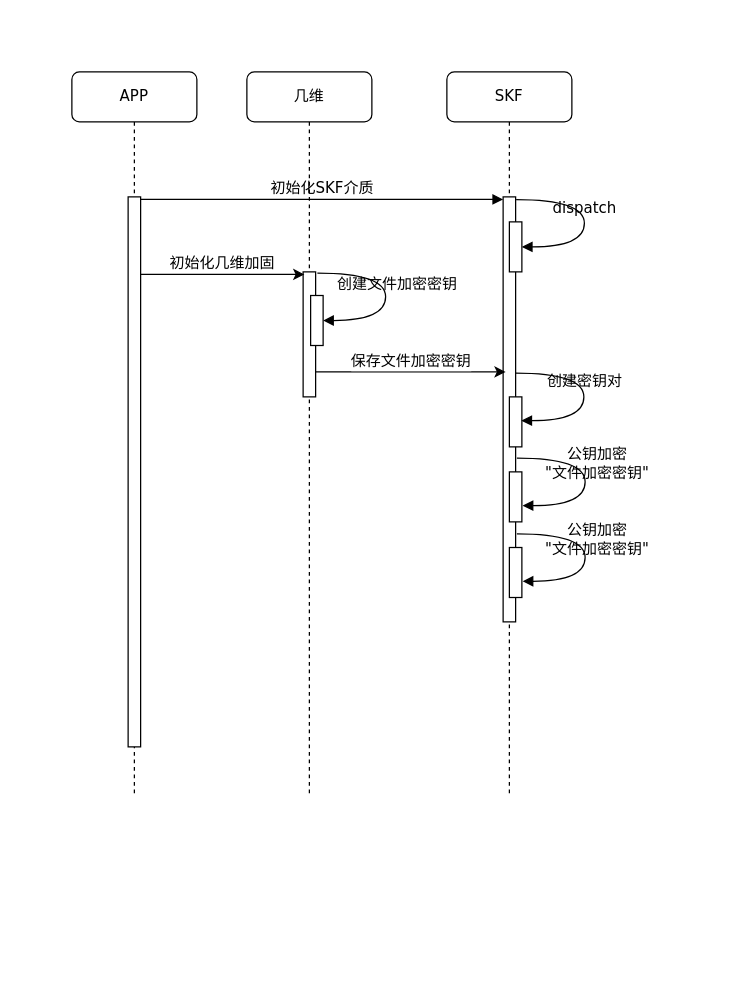
Before: 密钥保护流程.drawio in mobof/Koal, a draw.io diagram. Source tidied: cells renumbered, new cells numbered last; positions are measured from the earlier drawing's top-left corner, leaving out a move shared by most shapes. Both pictures are drawn from the tidied source at 125%, with x=0, y=0 at pixel (71, 71).
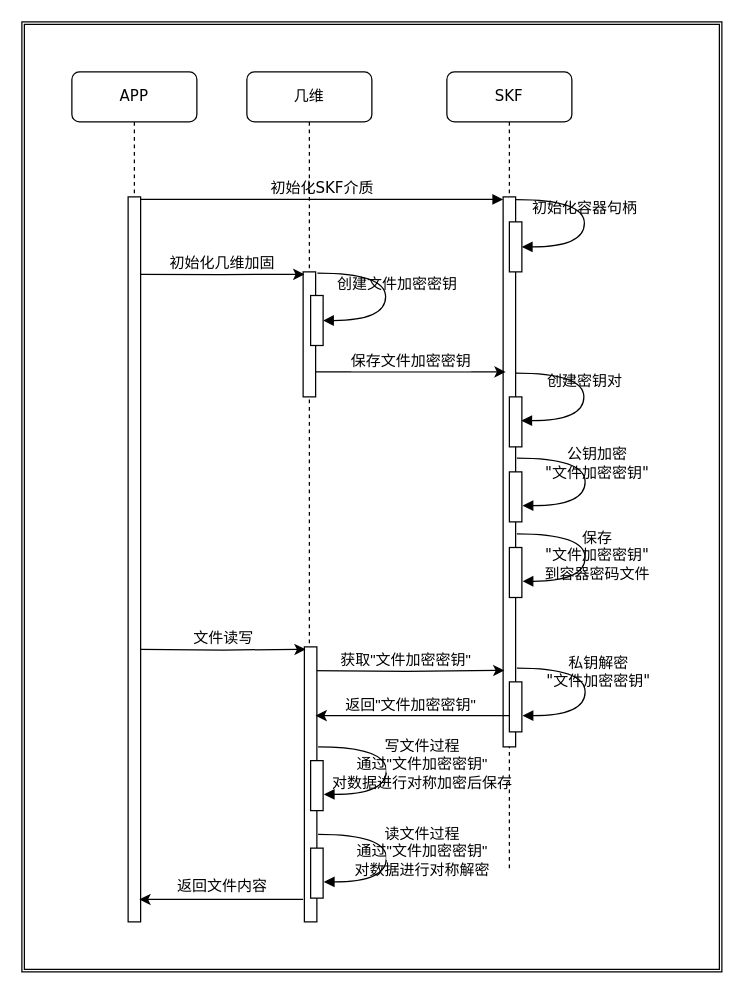
The same diagram, later.

Commit message (it also covers changes not shown here):
Update 密钥保护流程.drawio

Unchanged cells that the change refers to:
```xml
<mxCell id="12" style="html=1;points=[];perimeter=orthogonalPerimeter;rounded=0;shadow=0;comic=0;labelBackgroundColor=none;strokeWidth=1;fontFamily=Verdana;fontSize=12;align=center;" parent="1" vertex="1">
  <mxGeometry x="185" y="160" width="10" height="100" as="geometry" />
</mxCell>
```

The edit, as a diff of the source:
```diff
@@
+    <mxCell id="23" style="shape=ext;double=1;rounded=0;whiteSpace=wrap;html=1;fontSize=15;" parent="1" vertex="1">
+      <mxGeometry x="-40" y="-40" width="560" height="760" as="geometry" />
+    </mxCell>
     <mxCell id="2" value="几维" style="shape=umlLifeline;perimeter=lifelinePerimeter;whiteSpace=wrap;html=1;rounded=1;shadow=0;comic=0;labelBackgroundColor=none;strokeWidth=1;fontFamily=Verdana;fontSize=12;align=center;" parent="1" vertex="1">
-      <mxGeometry x="140" width="100" height="580" as="geometry" />
+      <mxGeometry x="140" width="100" height="680" as="geometry" />
     </mxCell>
     <mxCell id="3" value="SKF" style="shape=umlLifeline;perimeter=lifelinePerimeter;whiteSpace=wrap;html=1;rounded=1;shadow=0;comic=0;labelBackgroundColor=none;strokeWidth=1;fontFamily=Verdana;fontSize=12;align=center;" parent="1" vertex="1">
-      <mxGeometry x="300" width="100" height="580" as="geometry" />
+      <mxGeometry x="300" width="100" height="640" as="geometry" />
     </mxCell>
     <mxCell id="4" style="html=1;points=[];perimeter=orthogonalPerimeter;rounded=0;shadow=0;comic=0;labelBackgroundColor=none;strokeWidth=1;fontFamily=Verdana;fontSize=12;align=center;" parent="3" vertex="1">
-      <mxGeometry x="45" y="100" width="10" height="340" as="geometry" />
+      <mxGeometry x="45" y="100" width="10" height="440" as="geometry" />
     </mxCell>
     <mxCell id="5" value="APP" style="shape=umlLifeline;perimeter=lifelinePerimeter;whiteSpace=wrap;html=1;rounded=1;shadow=0;comic=0;labelBackgroundColor=none;strokeWidth=1;fontFamily=Verdana;fontSize=12;align=center;" parent="1" vertex="1">
-      <mxGeometry width="100" height="580" as="geometry" />
+      <mxGeometry width="100" height="680" as="geometry" />
     </mxCell>
     <mxCell id="6" style="html=1;points=[];perimeter=orthogonalPerimeter;rounded=0;shadow=0;comic=0;labelBackgroundColor=none;strokeWidth=1;fontFamily=Verdana;fontSize=12;align=center;" parent="5" vertex="1">
-      <mxGeometry x="45" y="100" width="10" height="440" as="geometry" />
+      <mxGeometry x="45" y="100" width="10" height="580" as="geometry" />
     </mxCell>
@@
-    <mxCell id="8" value="dispatch" style="html=1;verticalAlign=bottom;endArrow=block;labelBackgroundColor=none;fontFamily=Verdana;fontSize=12;elbow=vertical;edgeStyle=orthogonalEdgeStyle;curved=1;entryX=1;entryY=0.286;entryPerimeter=0;exitX=1.038;exitY=0.345;exitPerimeter=0;" parent="1" edge="1">
+    <mxCell id="8" value="初始化容器句柄" style="html=1;verticalAlign=bottom;endArrow=block;labelBackgroundColor=none;fontFamily=Verdana;fontSize=12;elbow=vertical;edgeStyle=orthogonalEdgeStyle;curved=1;entryX=1;entryY=0.286;entryPerimeter=0;exitX=1.038;exitY=0.345;exitPerimeter=0;" parent="1" edge="1">
       <mxGeometry relative="1" as="geometry">
         <mxPoint x="355.4" y="102.1" as="sourcePoint" />
         <mxPoint x="360" y="140" as="targetPoint" />
         <Array as="points">
           <mxPoint x="410" y="102" />
           <mxPoint x="410" y="140" />
         </Array>
       </mxGeometry>
     </mxCell>
@@
-    <mxCell id="13" style="edgeStyle=orthogonalEdgeStyle;rounded=0;jettySize=auto;html=1;entryX=0.1;entryY=0.02;entryDx=0;entryDy=0;entryPerimeter=0;fontSize=15;exitX=1;exitY=0.141;exitDx=0;exitDy=0;exitPerimeter=0;" parent="1" edge="1" source="6" target="12">
+    <mxCell id="13" style="edgeStyle=orthogonalEdgeStyle;rounded=0;jettySize=auto;html=1;entryX=0.1;entryY=0.02;entryDx=0;entryDy=0;entryPerimeter=0;fontSize=15;exitX=1;exitY=0.107;exitDx=0;exitDy=0;exitPerimeter=0;" parent="1" edge="1" source="6" target="12">
       <mxGeometry relative="1" as="geometry" />
     </mxCell>
@@
-    <mxCell id="22" value="公钥加密&lt;br&gt;&quot;文件加密密钥&quot;" style="html=1;verticalAlign=bottom;endArrow=block;labelBackgroundColor=none;fontFamily=Verdana;fontSize=12;elbow=vertical;edgeStyle=orthogonalEdgeStyle;curved=1;entryX=1;entryY=0.286;entryPerimeter=0;exitX=1.038;exitY=0.345;exitPerimeter=0;" parent="1" edge="1">
-      <mxGeometry x="0.06" y="9" relative="1" as="geometry">
+    <mxCell id="22" value="保存&lt;br&gt;&quot;文件加密密钥&quot;&lt;br&gt;到容器密码文件" style="html=1;verticalAlign=bottom;endArrow=block;labelBackgroundColor=none;fontFamily=Verdana;fontSize=12;elbow=vertical;edgeStyle=orthogonalEdgeStyle;curved=1;entryX=1;entryY=0.286;entryPerimeter=0;exitX=1.038;exitY=0.345;exitPerimeter=0;" parent="1" edge="1">
+      <mxGeometry x="0.3" y="10" relative="1" as="geometry">
         <mxPoint x="356" y="369.5" as="sourcePoint" />
         <mxPoint x="360.6" y="407.5" as="targetPoint" />
         <Array as="points">
           <mxPoint x="410.6" y="369.4" />
           <mxPoint x="410.6" y="407.4" />
         </Array>
+        <mxPoint x="10" y="-7" as="offset" />
       </mxGeometry>
     </mxCell>
+    <mxCell id="24" style="edgeStyle=orthogonalEdgeStyle;rounded=0;jettySize=auto;html=1;fontSize=15;entryX=0.1;entryY=0.861;entryDx=0;entryDy=0;entryPerimeter=0;" parent="1" edge="1" target="4">
+      <mxGeometry relative="1" as="geometry">
+        <mxPoint x="190" y="479" as="sourcePoint" />
+      </mxGeometry>
+    </mxCell>
+    <mxCell id="25" value="&lt;font style=&quot;font-size: 12px&quot;&gt;获取&quot;文件加密密钥&quot;&lt;/font&gt;" style="edgeLabel;html=1;align=center;verticalAlign=middle;fontSize=15;" parent="24" vertex="1">
+      <mxGeometry x="-0.04" relative="1" as="geometry">
+        <mxPoint x="2" y="-11" as="offset" />
+      </mxGeometry>
+    </mxCell>
+    <mxCell id="26" style="edgeStyle=orthogonalEdgeStyle;rounded=0;jettySize=auto;html=1;entryX=0.9;entryY=0.969;entryDx=0;entryDy=0;entryPerimeter=0;fontSize=15;exitX=-0.1;exitY=0.918;exitDx=0;exitDy=0;exitPerimeter=0;" parent="1" edge="1" source="28" target="6">
+      <mxGeometry relative="1" as="geometry" />
+    </mxCell>
+    <mxCell id="27" value="&lt;font style=&quot;font-size: 12px&quot;&gt;返回文件内容&lt;/font&gt;" style="edgeLabel;html=1;align=center;verticalAlign=middle;fontSize=15;" parent="26" vertex="1">
+      <mxGeometry x="0.14" y="-3" relative="1" as="geometry">
+        <mxPoint x="10" y="-9" as="offset" />
+      </mxGeometry>
+    </mxCell>
+    <mxCell id="28" style="html=1;points=[];perimeter=orthogonalPerimeter;rounded=0;shadow=0;comic=0;labelBackgroundColor=none;strokeWidth=1;fontFamily=Verdana;fontSize=12;align=center;" parent="1" vertex="1">
+      <mxGeometry x="186" y="460" width="10" height="220" as="geometry" />
+    </mxCell>
+    <mxCell id="29" style="edgeStyle=orthogonalEdgeStyle;rounded=0;jettySize=auto;html=1;entryX=0.1;entryY=0.009;entryDx=0;entryDy=0;entryPerimeter=0;fontSize=15;" parent="1" edge="1" target="28">
+      <mxGeometry relative="1" as="geometry">
+        <mxPoint x="55" y="462" as="sourcePoint" />
+      </mxGeometry>
+    </mxCell>
+    <mxCell id="30" value="&lt;span style=&quot;font-size: 12px&quot;&gt;文件读写&lt;/span&gt;" style="edgeLabel;html=1;align=center;verticalAlign=middle;fontSize=15;" parent="29" vertex="1">
+      <mxGeometry x="-0.21" y="3" relative="1" as="geometry">
+        <mxPoint x="13" y="-9" as="offset" />
+      </mxGeometry>
+    </mxCell>
+    <mxCell id="31" style="edgeStyle=orthogonalEdgeStyle;rounded=0;jettySize=auto;html=1;entryX=0.9;entryY=0.25;entryDx=0;entryDy=0;entryPerimeter=0;fontSize=15;exitX=0.1;exitY=0.675;exitDx=0;exitDy=0;exitPerimeter=0;" parent="1" edge="1" source="33" target="28">
+      <mxGeometry relative="1" as="geometry" />
+    </mxCell>
+    <mxCell id="32" value="&lt;font style=&quot;font-size: 12px&quot;&gt;返回&quot;文件加密密钥&quot;&lt;/font&gt;" style="edgeLabel;html=1;align=center;verticalAlign=middle;fontSize=15;" parent="31" vertex="1">
+      <mxGeometry x="0.21" y="-3" relative="1" as="geometry">
+        <mxPoint x="13" y="-8" as="offset" />
+      </mxGeometry>
+    </mxCell>
+    <mxCell id="33" style="html=1;points=[];perimeter=orthogonalPerimeter;rounded=0;shadow=0;comic=0;labelBackgroundColor=none;strokeWidth=1;fontFamily=Verdana;fontSize=12;align=center;" parent="1" vertex="1">
+      <mxGeometry x="350" y="488" width="10" height="40" as="geometry" />
+    </mxCell>
+    <mxCell id="34" value="私钥解密&lt;br&gt;&quot;文件加密密钥&quot;" style="html=1;verticalAlign=bottom;endArrow=block;labelBackgroundColor=none;fontFamily=Verdana;fontSize=12;elbow=vertical;edgeStyle=orthogonalEdgeStyle;curved=1;entryX=1;entryY=0.286;entryPerimeter=0;exitX=1.038;exitY=0.345;exitPerimeter=0;" parent="1" edge="1">
+      <mxGeometry x="0.05" y="10" relative="1" as="geometry">
+        <mxPoint x="356" y="477" as="sourcePoint" />
+        <mxPoint x="360.6" y="515" as="targetPoint" />
+        <Array as="points">
+          <mxPoint x="410.6" y="476.9" />
+          <mxPoint x="410.6" y="514.9" />
+        </Array>
+      </mxGeometry>
+    </mxCell>
+    <mxCell id="35" style="html=1;perimeter=orthogonalPerimeter;rounded=0;shadow=0;comic=0;labelBackgroundColor=none;strokeWidth=1;fontFamily=Verdana;fontSize=12;align=center;" parent="1" vertex="1">
+      <mxGeometry x="191" y="551" width="10" height="40" as="geometry" />
+    </mxCell>
+    <mxCell id="36" value="写文件过程&lt;br&gt;通过&lt;span style=&quot;font-family: &amp;#34;helvetica&amp;#34; ; background-color: rgb(255 , 255 , 255)&quot;&gt;&quot;文件加密密钥&quot;&lt;/span&gt;&lt;br&gt;对数据进行对称加密后保存" style="html=1;verticalAlign=bottom;endArrow=block;labelBackgroundColor=none;fontFamily=Verdana;fontSize=12;elbow=vertical;edgeStyle=orthogonalEdgeStyle;curved=1;entryX=1;entryY=0.286;entryPerimeter=0;exitX=1.038;exitY=0.345;exitPerimeter=0;" parent="1" edge="1">
+      <mxGeometry x="0.3" y="28" relative="1" as="geometry">
+        <mxPoint x="197" y="540" as="sourcePoint" />
+        <mxPoint x="201.6" y="578" as="targetPoint" />
+        <Array as="points">
+          <mxPoint x="251.6" y="539.9" />
+          <mxPoint x="251.6" y="577.9" />
+        </Array>
+        <mxPoint x="29" y="-28" as="offset" />
+      </mxGeometry>
+    </mxCell>
+    <mxCell id="37" style="html=1;perimeter=orthogonalPerimeter;rounded=0;shadow=0;comic=0;labelBackgroundColor=none;strokeWidth=1;fontFamily=Verdana;fontSize=12;align=center;" parent="1" vertex="1">
+      <mxGeometry x="191" y="621" width="10" height="40" as="geometry" />
+    </mxCell>
+    <mxCell id="38" value="读文件过程&lt;br&gt;通过&lt;span style=&quot;font-family: &amp;#34;helvetica&amp;#34; ; background-color: rgb(255 , 255 , 255)&quot;&gt;&quot;文件加密密钥&quot;&lt;/span&gt;&lt;br&gt;对数据进行对称解密" style="html=1;verticalAlign=bottom;endArrow=block;labelBackgroundColor=none;fontFamily=Verdana;fontSize=12;elbow=vertical;edgeStyle=orthogonalEdgeStyle;curved=1;entryX=1;entryY=0.286;entryPerimeter=0;exitX=1.038;exitY=0.345;exitPerimeter=0;" parent="1" edge="1">
+      <mxGeometry x="0.3" y="28" relative="1" as="geometry">
+        <mxPoint x="197" y="610" as="sourcePoint" />
+        <mxPoint x="201.6" y="648" as="targetPoint" />
+        <Array as="points">
+          <mxPoint x="251.6" y="609.9" />
+          <mxPoint x="251.6" y="647.9" />
+        </Array>
+        <mxPoint x="29" y="-28" as="offset" />
+      </mxGeometry>
+    </mxCell>
```
